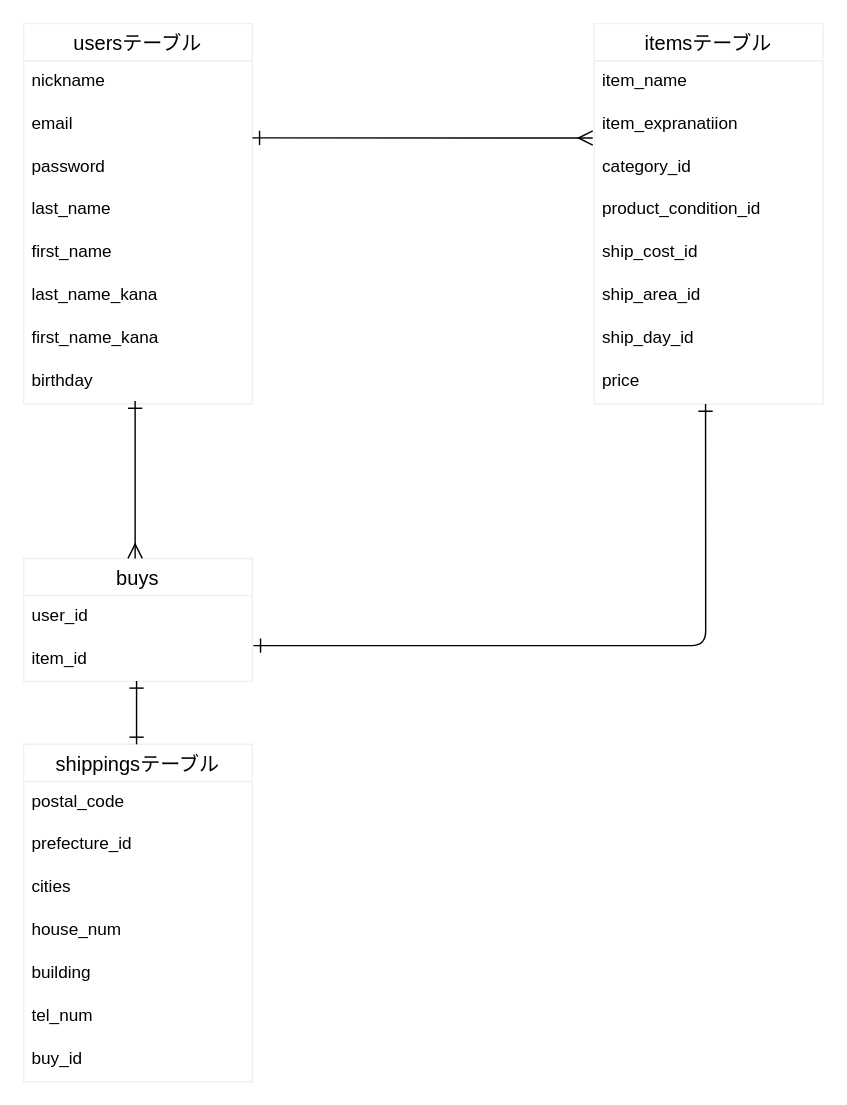
This is er_figure.dio from usaginoshippo/furima-36863, a draw.io file, before an edit. Source tidied: cells renumbered, new cells numbered last; positions are measured from the earlier drawing's top-left corner, leaving out a move shared by most shapes. Both pictures are drawn from the tidied source at 143%, with x=0, y=0 at pixel (23, 23).
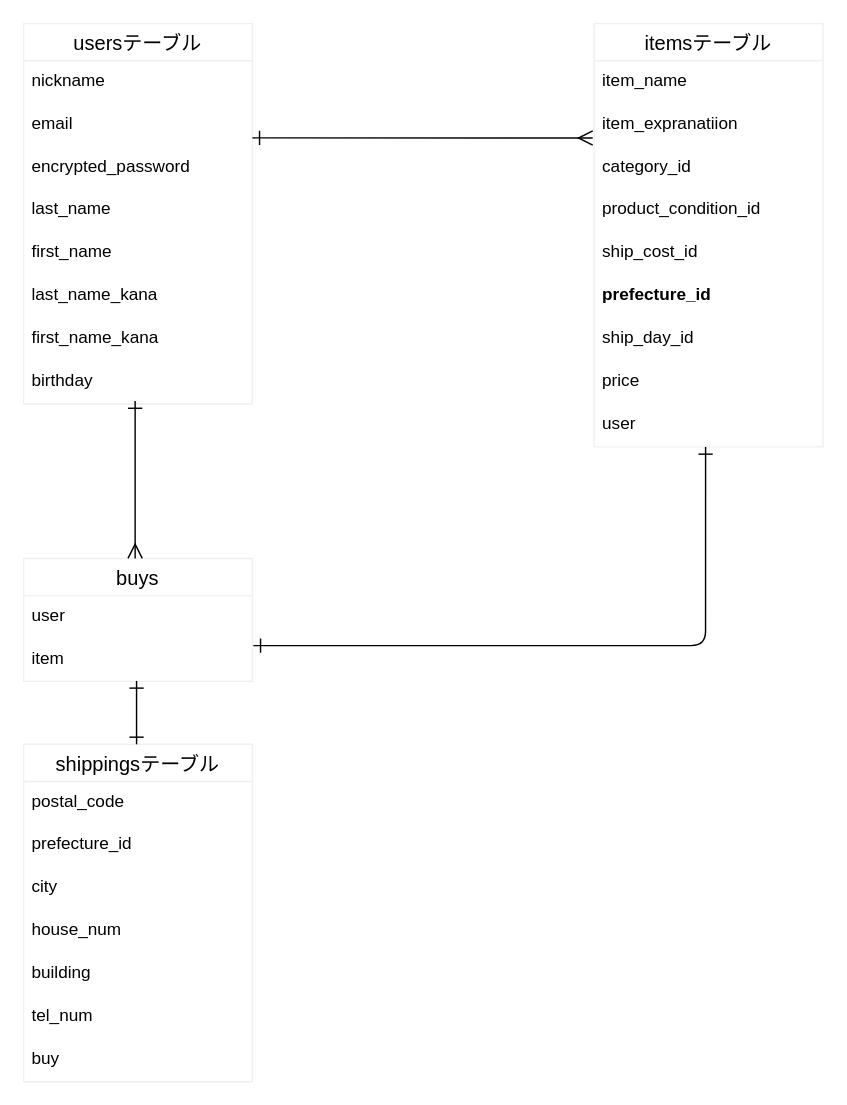
After the change.

Commit message (it also covers changes not shown here):
データベース設計　修正４

Unchanged cells that the change refers to:
```xml
<mxCell id="2" value="usersテーブル" style="swimlane;fontStyle=0;horizontal=1;startSize=26;align=center;fontSize=14;strokeColor=#f0f0f0;" parent="1" vertex="1">
  <mxGeometry width="160" height="266" as="geometry" />
</mxCell>
<mxCell id="11" value="buys" style="swimlane;fontStyle=0;horizontal=1;startSize=26;align=center;fontSize=14;strokeColor=#f0f0f0;" parent="1" vertex="1">
  <mxGeometry y="374" width="160" height="86" as="geometry" />
</mxCell>
<mxCell id="26" value="shippingsテーブル" style="swimlane;fontStyle=0;horizontal=1;startSize=26;align=center;fontSize=14;strokeColor=#f0f0f0;" parent="1" vertex="1">
  <mxGeometry y="504" width="160" height="236" as="geometry" />
</mxCell>
```

The edit, as a diff of the source:
```diff
@@
-    <mxCell id="5" value="password" style="text;strokeColor=none;fillColor=none;spacingLeft=4;spacingRight=4;overflow=hidden;fontSize=12;" parent="2" vertex="1">
+    <mxCell id="5" value="encrypted_password" style="text;strokeColor=none;fillColor=none;spacingLeft=4;spacingRight=4;overflow=hidden;fontSize=12;" parent="2" vertex="1">
       <mxGeometry y="86" width="160" height="30" as="geometry" />
     </mxCell>
@@
-    <mxCell id="12" value="user_id" style="text;strokeColor=none;fillColor=none;spacingLeft=4;spacingRight=4;overflow=hidden;fontSize=12;" parent="11" vertex="1">
+    <mxCell id="12" value="user" style="text;strokeColor=none;fillColor=none;spacingLeft=4;spacingRight=4;overflow=hidden;fontSize=12;" parent="11" vertex="1">
       <mxGeometry y="26" width="160" height="30" as="geometry" />
     </mxCell>
-    <mxCell id="13" value="item_id" style="text;strokeColor=none;fillColor=none;spacingLeft=4;spacingRight=4;overflow=hidden;fontSize=12;" parent="11" vertex="1">
+    <mxCell id="13" value="item" style="text;strokeColor=none;fillColor=none;spacingLeft=4;spacingRight=4;overflow=hidden;fontSize=12;" parent="11" vertex="1">
       <mxGeometry y="56" width="160" height="30" as="geometry" />
     </mxCell>
     <mxCell id="14" value="itemsテーブル" style="swimlane;fontStyle=0;horizontal=1;startSize=26;align=center;fontSize=14;strokeColor=#f0f0f0;" parent="1" vertex="1">
-      <mxGeometry x="399" width="160" height="266" as="geometry" />
+      <mxGeometry x="399" width="160" height="296" as="geometry" />
     </mxCell>
@@
-    <mxCell id="20" value="ship_area_id" style="text;strokeColor=none;fillColor=none;spacingLeft=4;spacingRight=4;overflow=hidden;fontSize=12;" parent="14" vertex="1">
+    <mxCell id="20" value="prefecture_id" style="text;strokeColor=none;fillColor=none;spacingLeft=4;spacingRight=4;overflow=hidden;fontSize=12;fontStyle=1;" parent="14" vertex="1">
       <mxGeometry y="176" width="160" height="30" as="geometry" />
     </mxCell>
@@
+    <mxCell id="35" value="price" style="text;strokeColor=none;fillColor=none;spacingLeft=4;spacingRight=4;overflow=hidden;fontSize=12;" parent="14" vertex="1">
+      <mxGeometry y="236" width="160" height="30" as="geometry" />
+    </mxCell>
-    <mxCell id="22" value="price" style="text;strokeColor=none;fillColor=none;spacingLeft=4;spacingRight=4;overflow=hidden;points=[[0,0.5],[1,0.5]];portConstraint=eastwest;fontSize=12;" parent="14" vertex="1">
-      <mxGeometry y="236" width="160" height="30" as="geometry" />
+    <mxCell id="22" value="user" style="text;strokeColor=none;fillColor=none;spacingLeft=4;spacingRight=4;overflow=hidden;points=[[0,0.5],[1,0.5]];portConstraint=eastwest;fontSize=12;" parent="14" vertex="1">
+      <mxGeometry y="266" width="160" height="30" as="geometry" />
     </mxCell>
@@
     <mxCell id="24" style="fontSize=12;html=1;endArrow=ERone;startSize=8;endSize=8;startArrow=ERone;startFill=0;endFill=0;edgeStyle=orthogonalEdgeStyle;entryX=1.017;entryY=0.167;entryDx=0;entryDy=0;entryPerimeter=0;exitX=0.487;exitY=1.003;exitDx=0;exitDy=0;exitPerimeter=0;" parent="1" edge="1" source="22">
       <mxGeometry relative="1" as="geometry">
         <mxPoint x="160.7" y="435" as="targetPoint" />
         <Array as="points">
-          <mxPoint x="477" y="270" />
-          <mxPoint x="477" y="270" />
           <mxPoint x="477" y="435" />
         </Array>
       </mxGeometry>
     </mxCell>
@@
-    <mxCell id="29" value="cities" style="text;strokeColor=none;fillColor=none;spacingLeft=4;spacingRight=4;overflow=hidden;fontSize=12;" parent="26" vertex="1">
+    <mxCell id="29" value="city" style="text;strokeColor=none;fillColor=none;spacingLeft=4;spacingRight=4;overflow=hidden;fontSize=12;" parent="26" vertex="1">
       <mxGeometry y="86" width="160" height="30" as="geometry" />
     </mxCell>
@@
-    <mxCell id="33" value="buy_id" style="text;strokeColor=none;fillColor=none;spacingLeft=4;spacingRight=4;overflow=hidden;fontSize=12;" parent="26" vertex="1">
+    <mxCell id="33" value="buy" style="text;strokeColor=none;fillColor=none;spacingLeft=4;spacingRight=4;overflow=hidden;fontSize=12;" parent="26" vertex="1">
       <mxGeometry y="206" width="160" height="30" as="geometry" />
     </mxCell>
```
